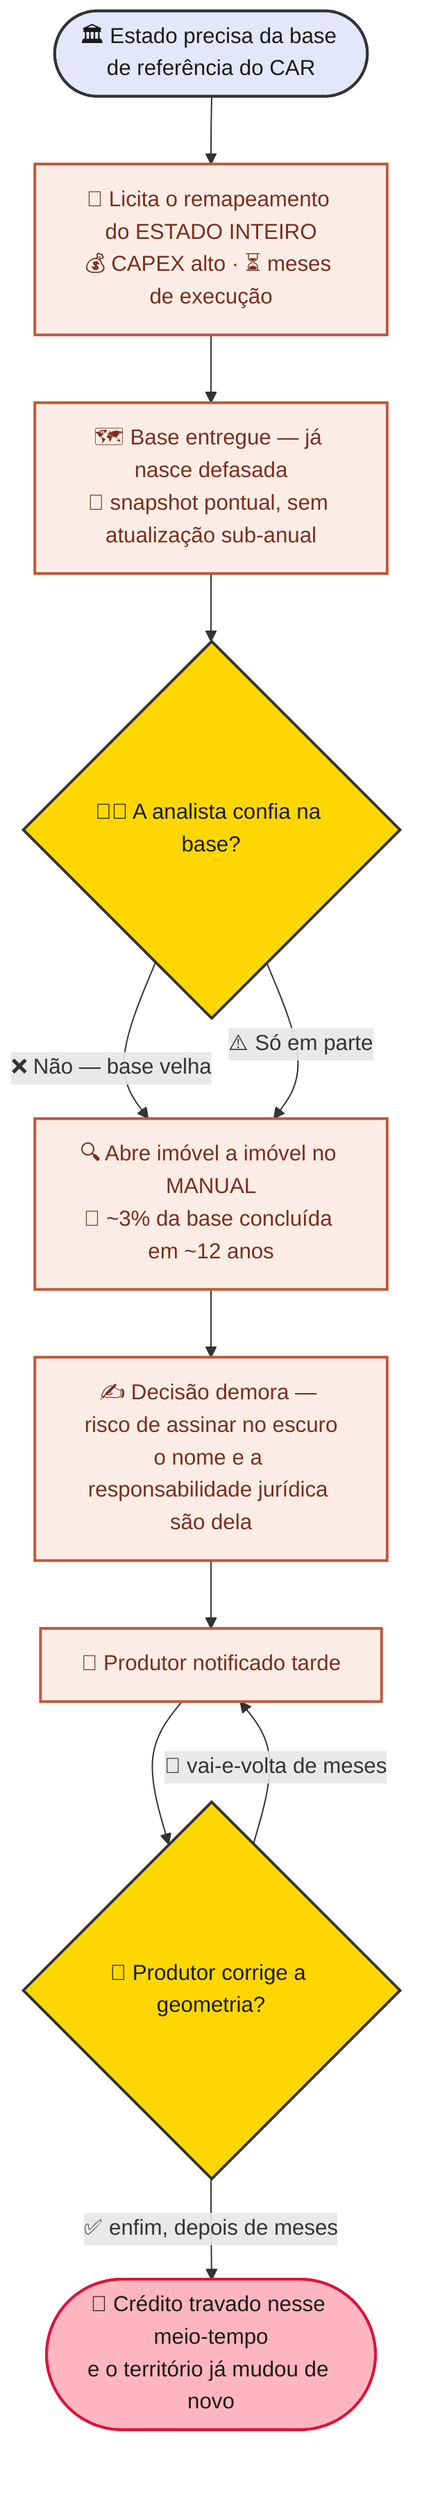
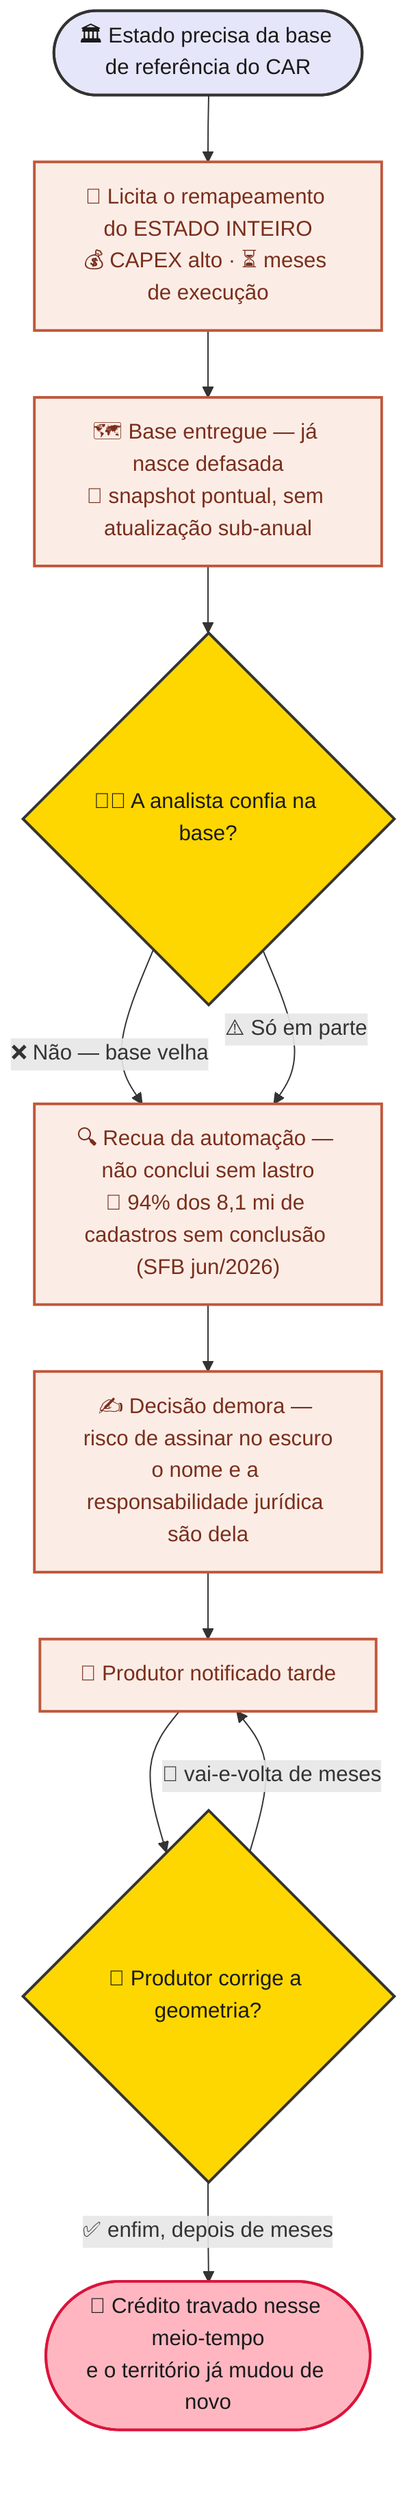
flowchart TD
    A(["🏛️ Estado precisa da base de referência do CAR"]) --> B["📑 Licita o remapeamento do ESTADO INTEIRO<br/>💰 CAPEX alto · ⏳ meses de execução"]
    B --> C["🗺️ Base entregue — já nasce defasada<br/>📸 snapshot pontual, sem atualização sub-anual"]
    C --> D{"🧑‍💼 A analista confia na base?"}
-     D -->|"❌ Não — base velha"| E["🔍 Abre imóvel a imóvel no MANUAL<br/>🐢 ~3% da base concluída em ~12 anos"]
+     D -->|"❌ Não — base velha"| E["🔍 Recua da automação — não conclui sem lastro<br/>🐢 94% dos 8,1 mi de cadastros sem conclusão (SFB jun/2026)"]
    D -->|"⚠️ Só em parte"| E
    E --> F["✍️ Decisão demora — risco de assinar no escuro<br/>o nome e a responsabilidade jurídica são dela"]
    F --> G["📨 Produtor notificado tarde"]
    G --> H{"🌾 Produtor corrige a geometria?"}
    H -->|"🔁 vai-e-volta de meses"| G
    H -->|"✅ enfim, depois de meses"| I(["🚫 Crédito travado nesse meio-tempo<br/>e o território já mudou de novo"])

    classDef start fill:#E6E6FA,stroke:#333,stroke-width:2px,color:#1a1a1a
    classDef problem fill:#FBEDE6,stroke:#C0573B,stroke-width:2px,color:#7A2E1C
    classDef decision fill:#FFD700,stroke:#333,stroke-width:2px,color:#1a1a1a
    classDef bad fill:#FFB6C1,stroke:#DC143C,stroke-width:2px,color:#1a1a1a

    class A start
    class B,C,E,F,G problem
    class D,H decision
    class I bad
